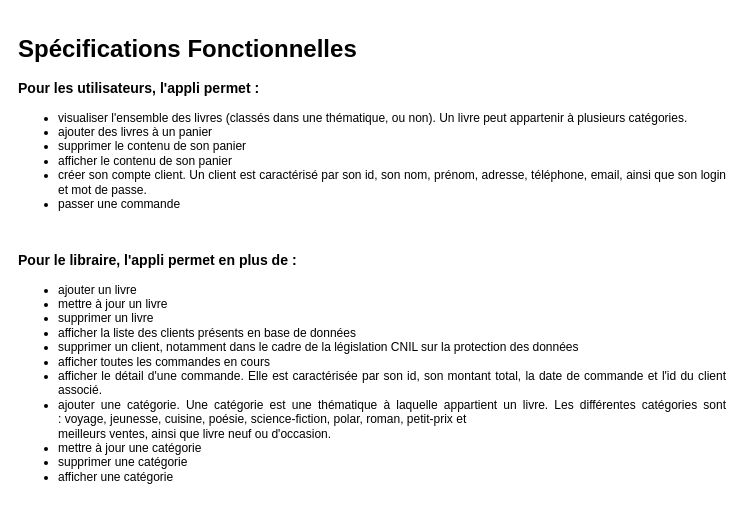
Earlier version of the draw.io diagram page "specs" (6 of 6) of files/eval_sara_v3.drawio (Saralune/Eval_JSA_2022). Source tidied: cells renumbered, new cells numbered last; positions are measured from the earlier drawing's top-left corner, leaving out a move shared by most shapes. Both pictures are drawn from the tidied source at 100%, with x=0, y=0 at pixel (17, 17).
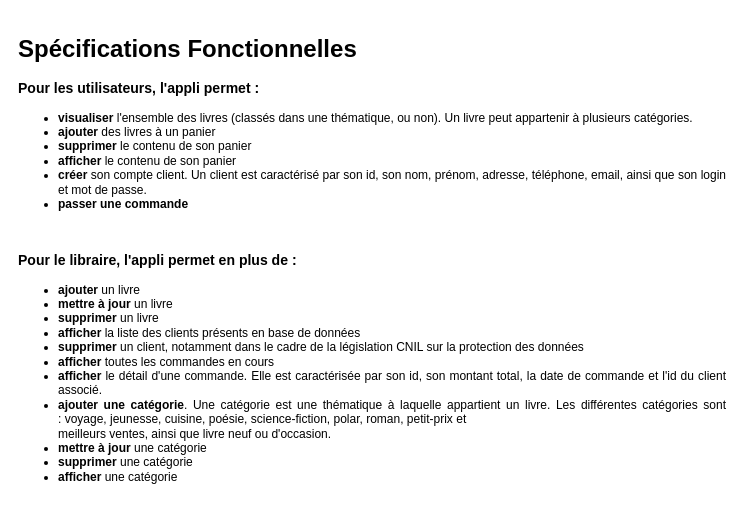
The same page after the edit.

Change to the diagram source:
```diff
@@
 <mxGraphModel>
   <root>
     <mxCell id="0" />
     <mxCell id="1" parent="0" />
-    <mxCell id="2" value="&lt;h1 style=&quot;text-align: justify&quot;&gt;Spécifications Fonctionnelles&lt;/h1&gt;&lt;h3 style=&quot;text-align: justify&quot;&gt;Pour les utilisateurs, l'appli permet :&lt;/h3&gt;&lt;div style=&quot;text-align: justify&quot;&gt;&lt;ul&gt;&lt;li&gt;visualiser l'ensemble des livres (classés dans une thématique, ou non). Un livre peut appartenir à plusieurs catégories.&lt;/li&gt;&lt;li&gt;ajouter des livres à un panier&lt;/li&gt;&lt;li&gt;supprimer le contenu de son panier&lt;/li&gt;&lt;li&gt;afficher le contenu de son panier&lt;/li&gt;&lt;li&gt;créer son compte client. Un client est caractérisé par son id, son nom, prénom, adresse, téléphone, email, ainsi que son login et mot de passe.&lt;/li&gt;&lt;li&gt;passer une commande&lt;/li&gt;&lt;/ul&gt;&lt;div&gt;&lt;br&gt;&lt;/div&gt;&lt;h3&gt;Pour le libraire, l'appli permet en plus de :&lt;/h3&gt;&lt;div&gt;&lt;ul&gt;&lt;li&gt;ajouter un livre&lt;/li&gt;&lt;li&gt;mettre à jour un livre&lt;/li&gt;&lt;li&gt;supprimer un livre&lt;/li&gt;&lt;li&gt;afficher la liste des clients présents en base de données&lt;/li&gt;&lt;li&gt;supprimer un client, notamment dans le cadre de la législation CNIL sur la protection des données&lt;/li&gt;&lt;li&gt;afficher toutes les commandes en cours&lt;/li&gt;&lt;li&gt;afficher le détail d'une commande. Elle est caractérisée par son id, son montant total, la date de commande et l'id du client associé.&lt;/li&gt;&lt;li&gt;ajouter une catégorie. Une catégorie est une thématique à laquelle appartient un livre. Les différentes catégories sont :&amp;nbsp;voyage, jeunesse, cuisine, poésie, science-fiction, polar, roman, petit-prix et &lt;br/&gt;meilleurs ventes, ainsi que livre neuf ou d'occasion.&lt;/li&gt;&lt;li&gt;mettre à jour une catégorie&lt;/li&gt;&lt;li&gt;supprimer une catégorie&amp;nbsp;&lt;/li&gt;&lt;li&gt;afficher une catégorie&lt;/li&gt;&lt;/ul&gt;&lt;/div&gt;&lt;/div&gt;" style="text;html=1;strokeColor=none;fillColor=none;align=center;verticalAlign=middle;whiteSpace=wrap;rounded=0;" parent="1" vertex="1">
+    <mxCell id="2" value="&lt;h1 style=&quot;text-align: justify&quot;&gt;Spécifications Fonctionnelles&lt;/h1&gt;&lt;h3 style=&quot;text-align: justify&quot;&gt;Pour les utilisateurs, l'appli permet :&lt;/h3&gt;&lt;div style=&quot;text-align: justify&quot;&gt;&lt;ul&gt;&lt;li&gt;&lt;b&gt;visualiser &lt;/b&gt;l'ensemble des livres (classés dans une thématique, ou non). Un livre peut appartenir à plusieurs catégories.&lt;/li&gt;&lt;li&gt;&lt;b&gt;ajouter &lt;/b&gt;des livres à un panier&lt;/li&gt;&lt;li&gt;&lt;b&gt;supprimer &lt;/b&gt;le contenu de son panier&lt;/li&gt;&lt;li&gt;&lt;b&gt;afficher &lt;/b&gt;le contenu de son panier&lt;/li&gt;&lt;li&gt;&lt;b&gt;créer &lt;/b&gt;son compte client. Un client est caractérisé par son id, son nom, prénom, adresse, téléphone, email, ainsi que son login et mot de passe.&lt;/li&gt;&lt;li&gt;&lt;b&gt;passer une commande&lt;/b&gt;&lt;/li&gt;&lt;/ul&gt;&lt;div&gt;&lt;br&gt;&lt;/div&gt;&lt;h3&gt;Pour le libraire, l'appli permet en plus de :&lt;/h3&gt;&lt;div&gt;&lt;ul&gt;&lt;li&gt;&lt;b&gt;ajouter &lt;/b&gt;un livre&lt;/li&gt;&lt;li&gt;&lt;b&gt;mettre à jour&lt;/b&gt; un livre&lt;/li&gt;&lt;li&gt;&lt;b&gt;supprimer &lt;/b&gt;un livre&lt;/li&gt;&lt;li&gt;&lt;b&gt;afficher &lt;/b&gt;la liste des clients présents en base de données&lt;/li&gt;&lt;li&gt;&lt;b&gt;supprimer &lt;/b&gt;un client, notamment dans le cadre de la législation CNIL sur la protection des données&lt;/li&gt;&lt;li&gt;&lt;b&gt;afficher &lt;/b&gt;toutes les commandes en cours&lt;/li&gt;&lt;li&gt;&lt;b&gt;afficher &lt;/b&gt;le détail d'une commande. Elle est caractérisée par son id, son montant total, la date de commande et l'id du client associé.&lt;/li&gt;&lt;li&gt;&lt;b&gt;ajouter une catégorie&lt;/b&gt;. Une catégorie est une thématique à laquelle appartient un livre. Les différentes catégories sont :&amp;nbsp;voyage, jeunesse, cuisine, poésie, science-fiction, polar, roman, petit-prix et &lt;br&gt;meilleurs ventes, ainsi que livre neuf ou d'occasion.&lt;/li&gt;&lt;li&gt;&lt;b&gt;mettre à jour&lt;/b&gt; une catégorie&lt;/li&gt;&lt;li&gt;&lt;b&gt;supprimer &lt;/b&gt;une catégorie&amp;nbsp;&lt;/li&gt;&lt;li&gt;&lt;b&gt;afficher &lt;/b&gt;une catégorie&lt;/li&gt;&lt;/ul&gt;&lt;/div&gt;&lt;/div&gt;" style="text;html=1;strokeColor=none;fillColor=none;align=center;verticalAlign=middle;whiteSpace=wrap;rounded=0;" parent="1" vertex="1">
       <mxGeometry width="710" height="480" as="geometry" />
     </mxCell>
   </root>
 </mxGraphModel>
```
